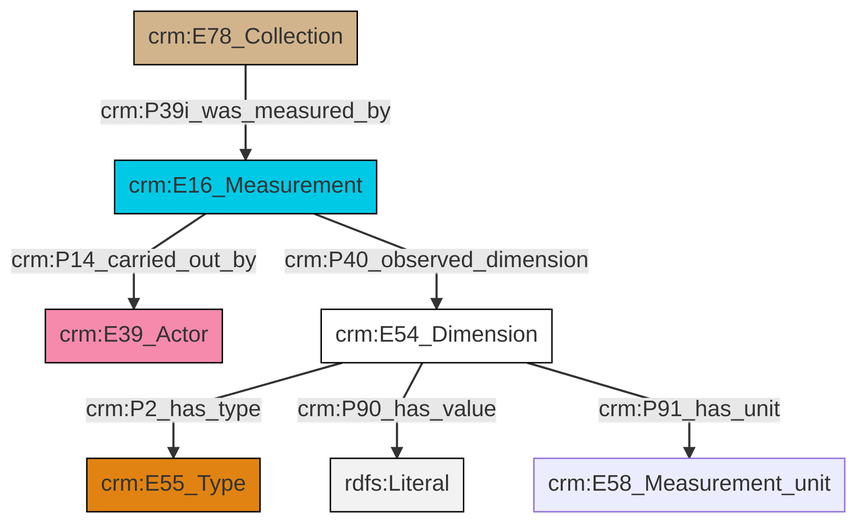
Above: et/archivalCSV/ttl/mmd/png/archival_substance.png in swiss-art-research-net/docs.swissartresearch (Mermaid), before the change. Its source is kept beside it as et/archivalCSV/ttl/mmd/archival_substance.ttl.mmd.
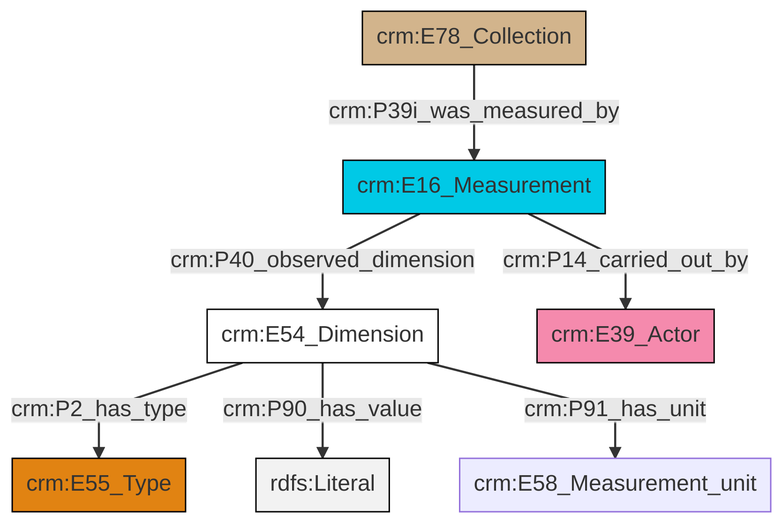
After the commit.

What changed in the source:
```diff
@@ -13,9 +13,9 @@
 classDef PC_Classes fill:#4ce600, stroke:#000000;
 classDef Multi fill:#cccccc,stroke:#000000;
 
-0["crm:E78_Collection"]:::Physical_Thing -->|crm:P39i_was_measured_by| 1["crm:E16_Measurement"]:::Temporal_Entity
-4["crm:E54_Dimension"]:::CRM_Entity -->|crm:P2_has_type| 5["crm:E55_Type"]:::Type
-4["crm:E54_Dimension"]:::CRM_Entity -->|crm:P90_has_value| 7[rdfs:Literal]:::Literal
-4["crm:E54_Dimension"]:::CRM_Entity -->|crm:P91_has_unit| 9["crm:E58_Measurement_unit"]:::Default
-1["crm:E16_Measurement"]:::Temporal_Entity -->|crm:P14_carried_out_by| 2["crm:E39_Actor"]:::Actor
-1["crm:E16_Measurement"]:::Temporal_Entity -->|crm:P40_observed_dimension| 4["crm:E54_Dimension"]:::CRM_Entity
+0["crm:E54_Dimension"]:::CRM_Entity -->|crm:P2_has_type| 1["crm:E55_Type"]:::Type
+2["crm:E16_Measurement"]:::Temporal_Entity -->|crm:P14_carried_out_by| 5["crm:E39_Actor"]:::Actor
+0["crm:E54_Dimension"]:::CRM_Entity -->|crm:P90_has_value| 7[rdfs:Literal]:::Literal
+10["crm:E78_Collection"]:::Physical_Thing -->|crm:P39i_was_measured_by| 2["crm:E16_Measurement"]:::Temporal_Entity
+0["crm:E54_Dimension"]:::CRM_Entity -->|crm:P91_has_unit| 8["crm:E58_Measurement_unit"]:::Default
+2["crm:E16_Measurement"]:::Temporal_Entity -->|crm:P40_observed_dimension| 0["crm:E54_Dimension"]:::CRM_Entity
```
